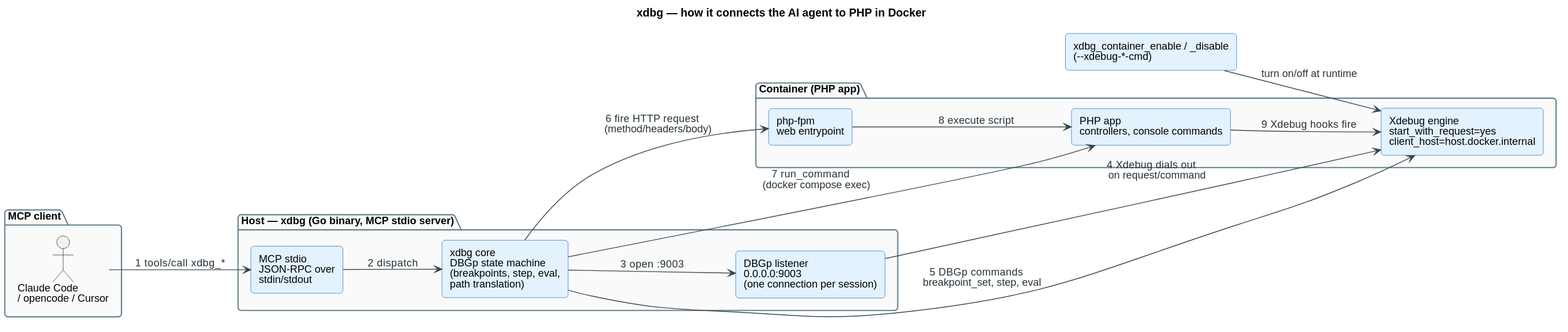
crazy-goat/docker-xdebug-mcp keeps this PlantUML diagram as docs/xdbg-architecture.svg. Above is the earlier version.
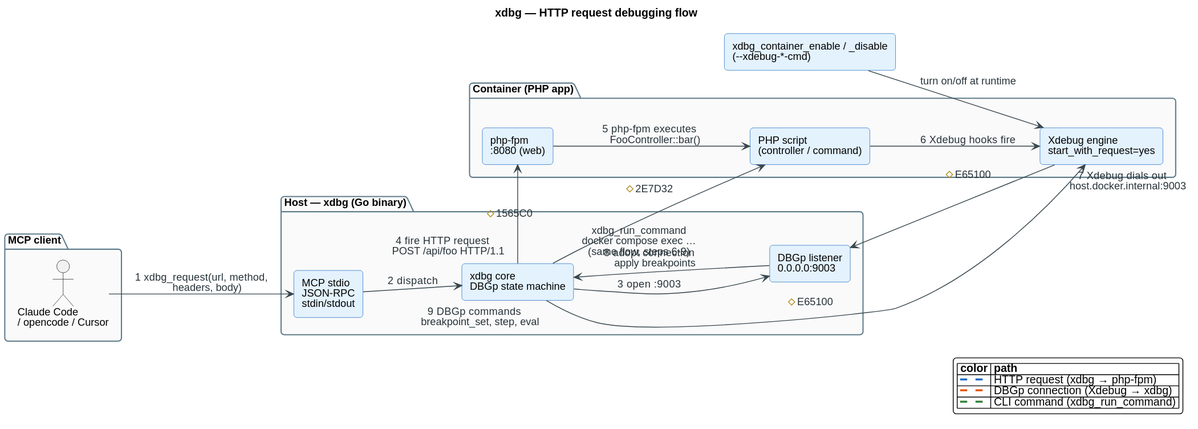
After the commit.

Commit message:
Redesign diagram: show HTTP request + DBGp dial-back flow with color-coded paths

The edit, as a diff of the source:
```diff
@@ -26,38 +26,47 @@
   BorderColor #455A64
 }
 
-title xdbg — how it connects the AI agent to PHP in Docker
+title xdbg — HTTP request debugging flow
 
 package "MCP client" {
   actor "Claude Code\n/ opencode / Cursor" as client
 }
 
-package "Host — xdbg (Go binary, MCP stdio server)" {
-  rectangle "MCP stdio\nJSON-RPC over\nstdin/stdout" as io
-  rectangle "xdbg core\nDBGp state machine\n(breakpoints, step, eval,\npath translation)" as core
-  rectangle "DBGp listener\n0.0.0.0:9003\n(one connection per session)" as listener
-  io -[hidden]right-> core
-  core -[hidden]right-> listener
+package "Host — xdbg (Go binary)" {
+  rectangle "MCP stdio\nJSON-RPC\nstdin/stdout" as io
+  rectangle "xdbg core\nDBGp state machine" as core
+  rectangle "DBGp listener\n0.0.0.0:9003" as listener
+  io -[hidden]down-> core
+  core -[hidden]down-> listener
 }
 
 package "Container (PHP app)" {
-  rectangle "php-fpm\nweb entrypoint" as fpm
-  rectangle "Xdebug engine\nstart_with_request=yes\nclient_host=host.docker.internal" as engine
-  rectangle "PHP app\ncontrollers, console commands" as app
-  fpm -[hidden]right-> app
-  engine -[hidden]down-> app
+  rectangle "php-fpm\n:8080 (web)" as fpm
+  rectangle "PHP script\n(controller / command)" as script
+  rectangle "Xdebug engine\nstart_with_request=yes" as engine
+  fpm -[hidden]down-> script
+  script -[hidden]down-> engine
 }
 
-client --> io : "1  tools/call  xdbg_*"
+client --> io : "1  xdbg_request(url, method,\n    headers, body)"
 io --> core : "2  dispatch"
 core --> listener : "3  open :9003"
-listener --> engine : "4  Xdebug dials out\n    on request/command"
-core --> engine : "5  DBGp commands\n    breakpoint_set, step, eval"
-core --> fpm : "6  fire HTTP request\n    (method/headers/body)"
-core --> app : "7  run_command\n    (docker compose exec)"
-fpm --> app : "8  execute script"
-app --> engine : "9  Xdebug hooks fire"
+core --> fpm : "4  fire HTTP request\n    POST /api/foo HTTP/1.1" #1565C0
+fpm --> script : "5  php-fpm executes\n    FooController::bar()"
+script --> engine : "6  Xdebug hooks fire"
+engine --> listener : "7  Xdebug dials out\n    host.docker.internal:9003" #E65100
+listener --> core : "8  adopt connection\n    apply breakpoints"
+core --> engine : "9  DBGp commands\n    breakpoint_set, step, eval" #E65100
+
+core --> script : "    xdbg_run_command\n    docker compose exec …\n    (same flow, steps 6-9)" #2E7D32
 
 rectangle "xdbg_container_enable / _disable\n(--xdebug-*-cmd)" as toggle
 toggle --> engine : "turn on/off at runtime"
+
+legend right
+  |= color |= path |
+  | <color:#1565C0>━━</color> | HTTP request (xdbg → php-fpm) |
+  | <color:#E65100>━━</color> | DBGp connection (Xdebug → xdbg) |
+  | <color:#2E7D32>━━</color> | CLI command (xdbg_run_command) |
+endlegend
 @enduml
```
